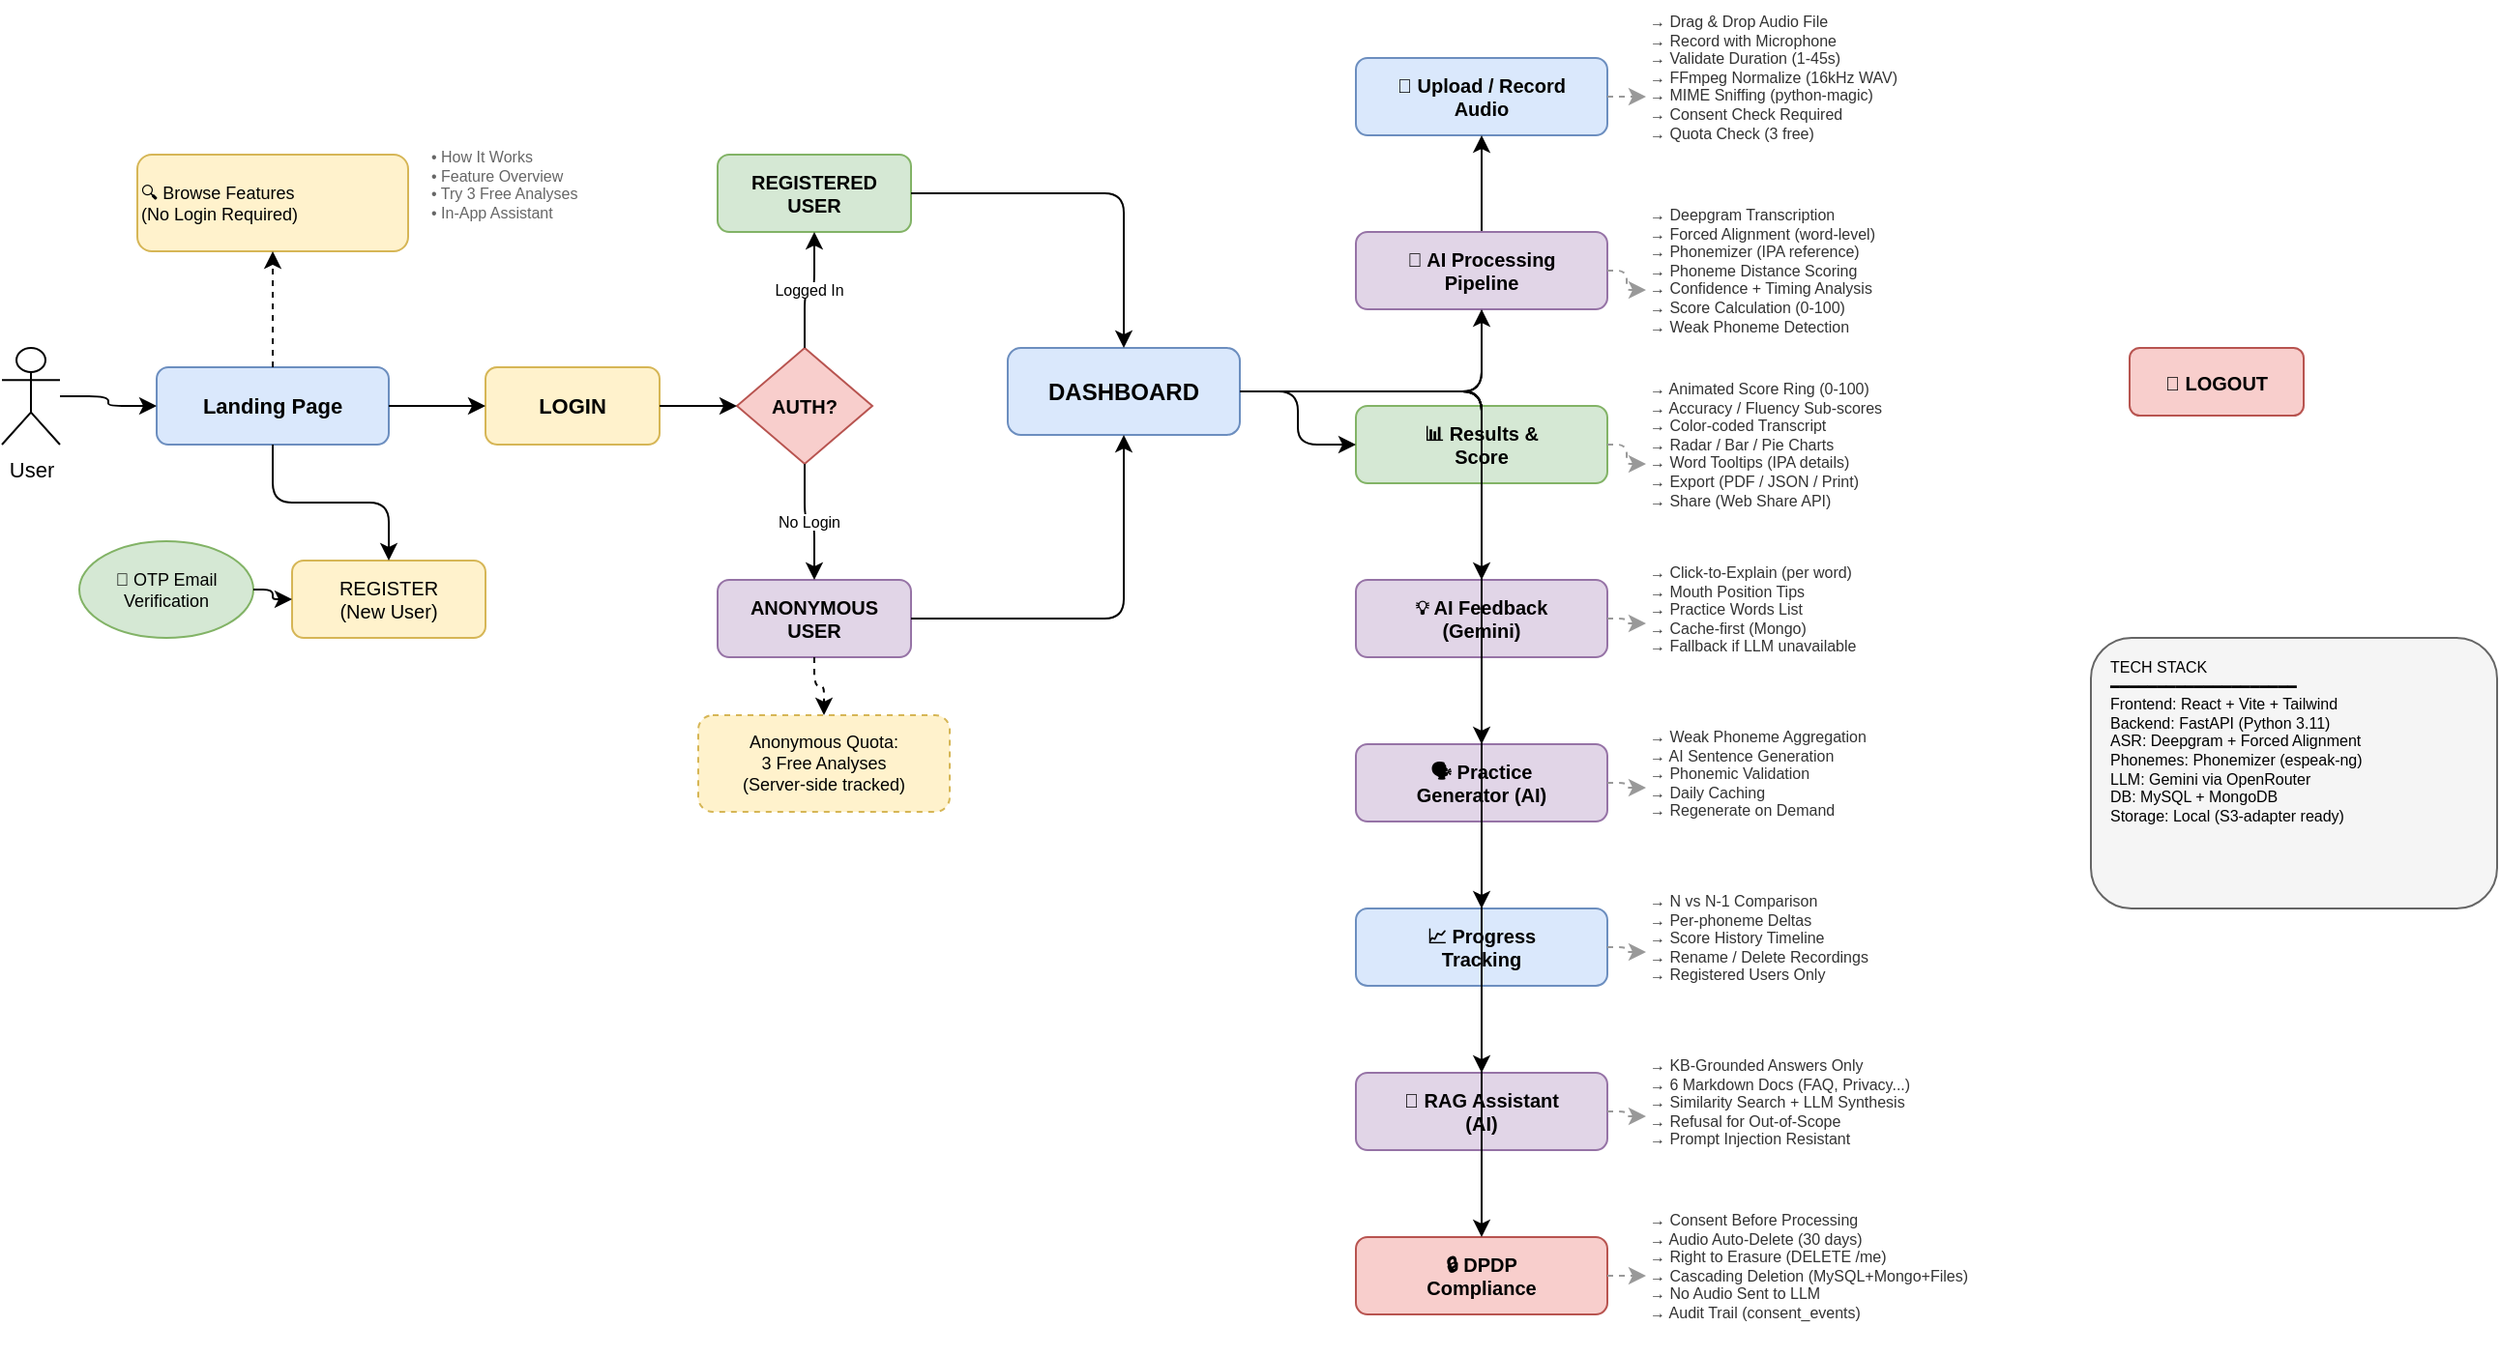
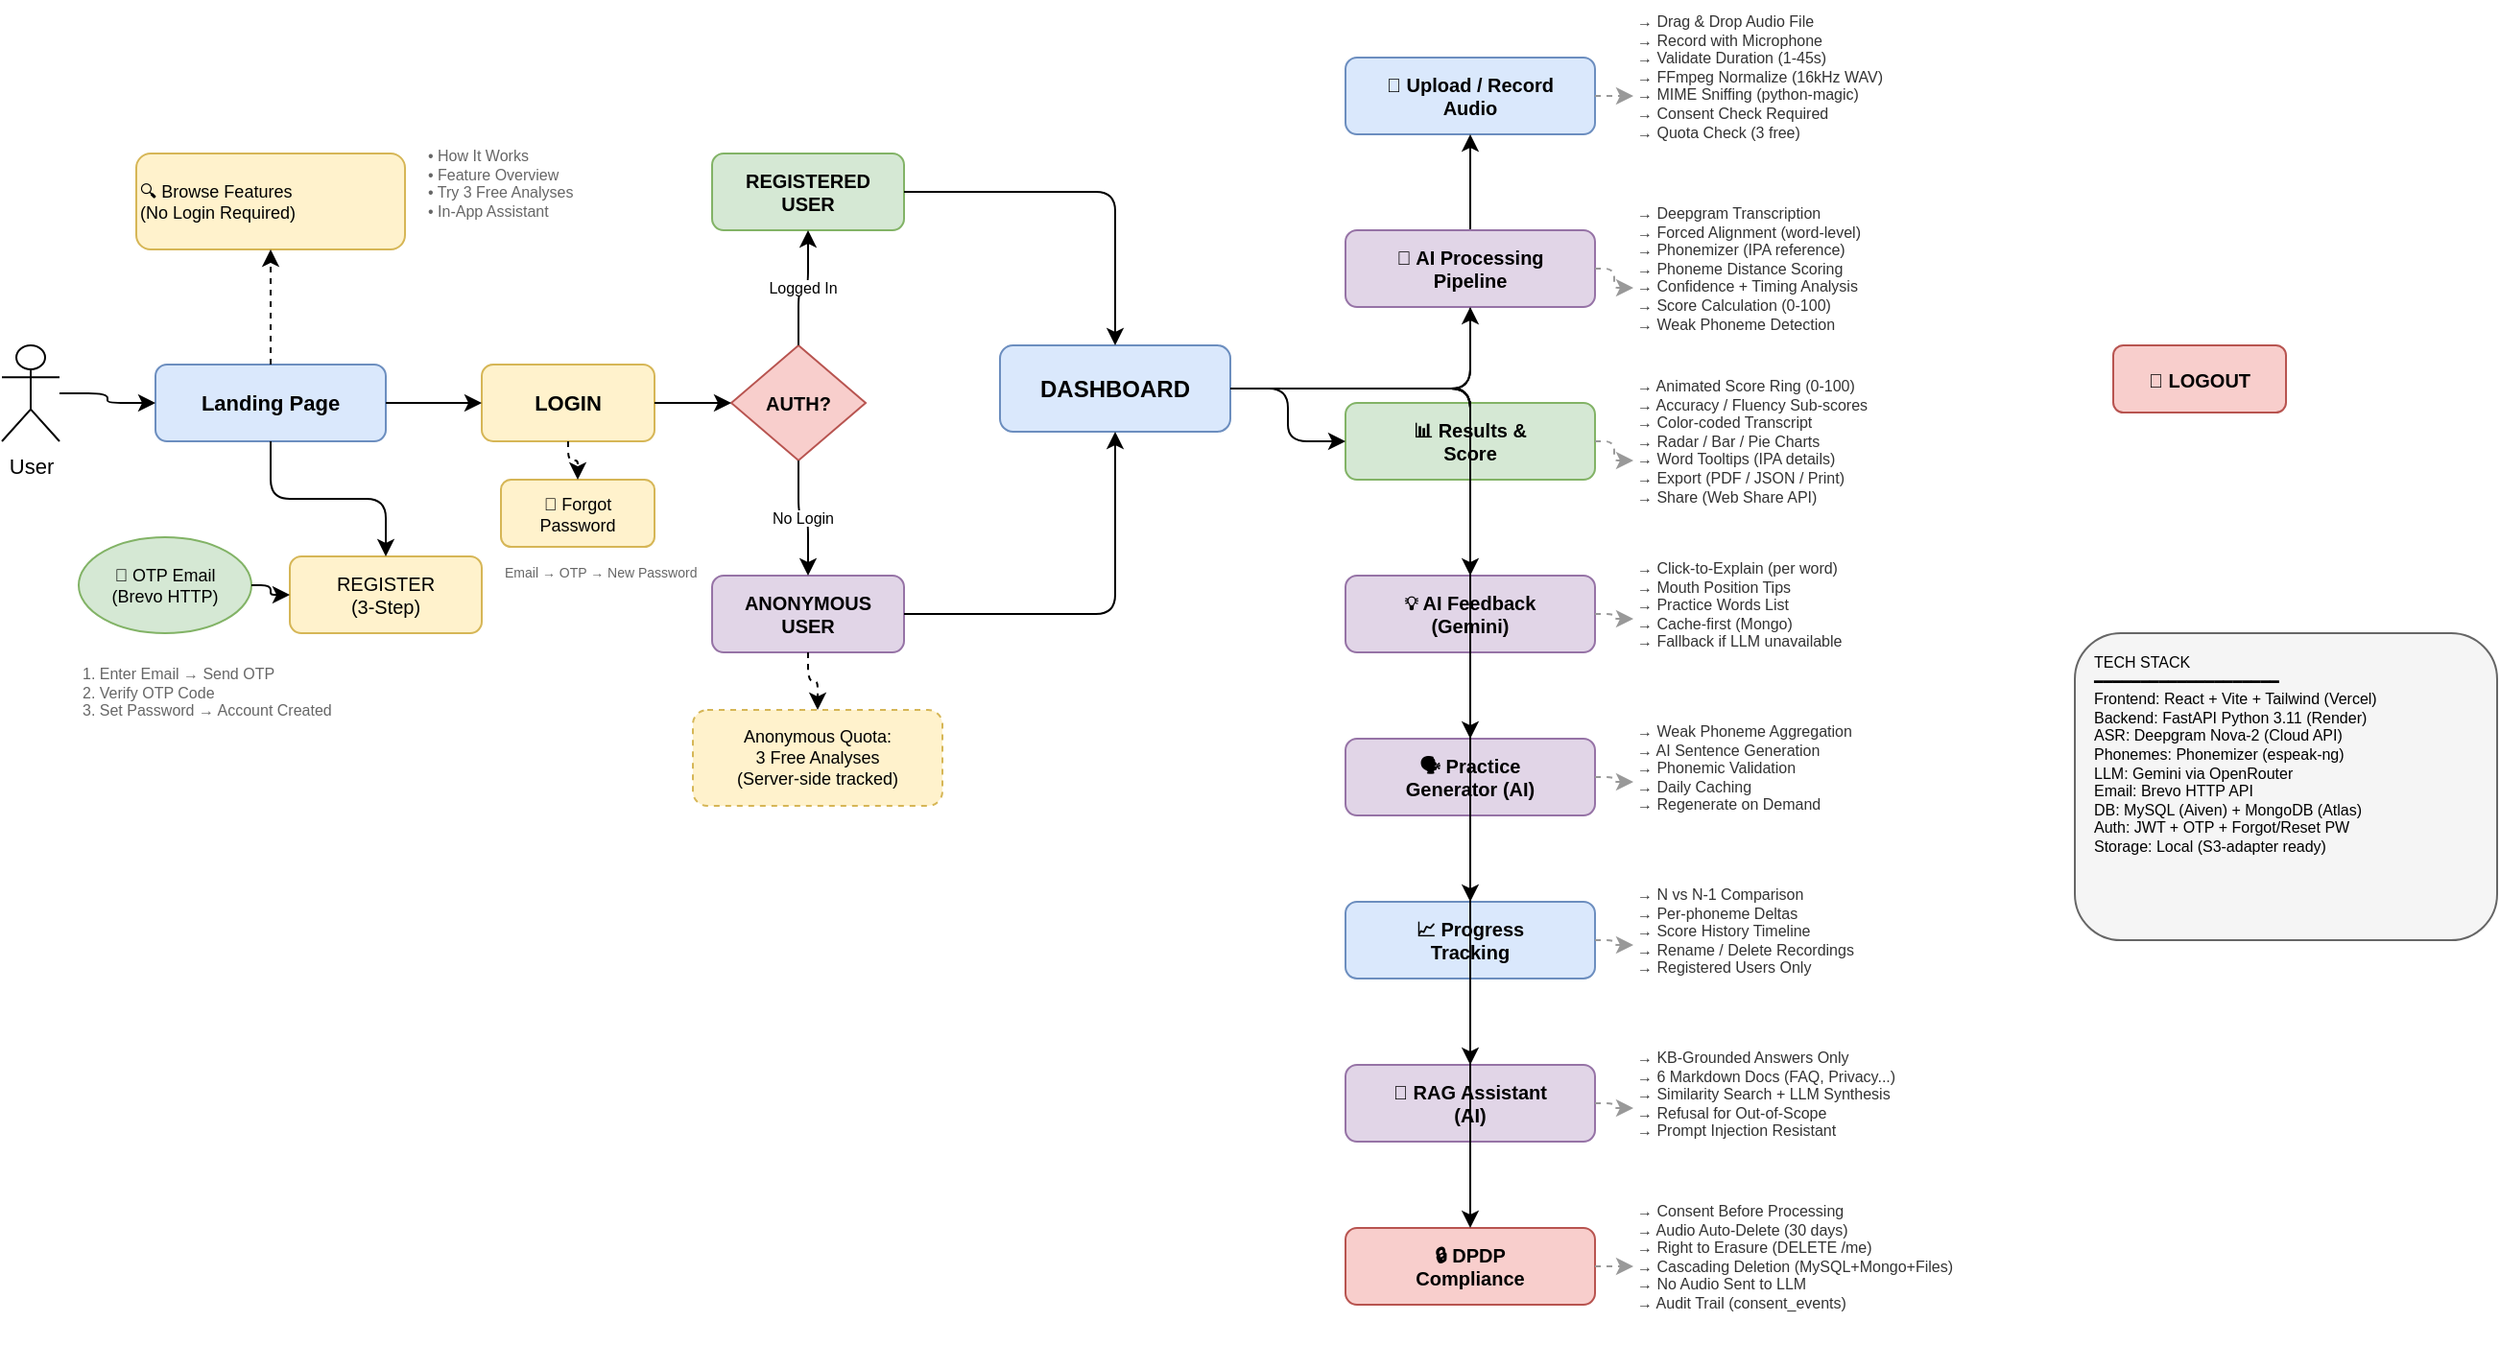
<mxfile host="app.diagrams.net">
  <diagram name="Application Flow" id="accentiq-flow">
    <mxGraphModel dx="1600" dy="900" grid="1" gridSize="10" guides="1" tooltips="1" connect="1" arrows="1" fold="1" page="1" pageScale="1" pageWidth="1600" pageHeight="900" math="0" shadow="0">
      <root>
        <mxCell id="0" />
        <mxCell id="1" parent="0" />

        <!-- User Actor -->
        <mxCell id="user" value="User" style="shape=umlActor;verticalLabelPosition=bottom;verticalAlign=top;html=1;outlineConnect=0;fontSize=11;" vertex="1" parent="1">
          <mxGeometry x="20" y="350" width="30" height="50" as="geometry" />
        </mxCell>

        <!-- Landing Page -->
        <mxCell id="landing" value="Landing Page" style="rounded=1;whiteSpace=wrap;html=1;fillColor=#dae8fc;strokeColor=#6c8ebf;fontStyle=1;fontSize=11;" vertex="1" parent="1">
          <mxGeometry x="100" y="360" width="120" height="40" as="geometry" />
        </mxCell>
        <mxCell id="e1" style="edgeStyle=orthogonalEdgeStyle;" edge="1" source="user" target="landing" parent="1"><mxGeometry relative="1" as="geometry" /></mxCell>

        <!-- Browse Features (No Login) -->
        <mxCell id="browse" value="🔍 Browse Features&#xa;(No Login Required)" style="rounded=1;whiteSpace=wrap;html=1;fillColor=#fff2cc;strokeColor=#d6b656;fontSize=9;align=left;" vertex="1" parent="1">
          <mxGeometry x="90" y="250" width="140" height="50" as="geometry" />
        </mxCell>
        <mxCell id="browse_items" value="• How It Works&#xa;• Feature Overview&#xa;• Try 3 Free Analyses&#xa;• In-App Assistant" style="text;html=1;align=left;verticalAlign=top;fontSize=8;fontColor=#666666;" vertex="1" parent="1">
          <mxGeometry x="240" y="240" width="140" height="60" as="geometry" />
        </mxCell>
        <mxCell id="e_browse" style="edgeStyle=orthogonalEdgeStyle;dashed=1;" edge="1" source="landing" target="browse" parent="1"><mxGeometry relative="1" as="geometry" /></mxCell>

        <!-- Login -->
        <mxCell id="login" value="LOGIN" style="rounded=1;whiteSpace=wrap;html=1;fillColor=#fff2cc;strokeColor=#d6b656;fontStyle=1;fontSize=11;" vertex="1" parent="1">
          <mxGeometry x="270" y="360" width="90" height="40" as="geometry" />
        </mxCell>
        <mxCell id="e2" style="edgeStyle=orthogonalEdgeStyle;" edge="1" source="landing" target="login" parent="1"><mxGeometry relative="1" as="geometry" /></mxCell>

        <!-- Register -->
-         <mxCell id="register" value="REGISTER&#xa;(New User)" style="rounded=1;whiteSpace=wrap;html=1;fillColor=#fff2cc;strokeColor=#d6b656;fontSize=10;" vertex="1" parent="1">
+         <mxCell id="register" value="REGISTER&#xa;(3-Step)" style="rounded=1;whiteSpace=wrap;html=1;fillColor=#fff2cc;strokeColor=#d6b656;fontSize=10;" vertex="1" parent="1">
          <mxGeometry x="170" y="460" width="100" height="40" as="geometry" />
        </mxCell>
-         <mxCell id="otp" value="📧 OTP Email&#xa;Verification" style="ellipse;whiteSpace=wrap;html=1;fillColor=#d5e8d4;strokeColor=#82b366;fontSize=9;" vertex="1" parent="1">
+         <mxCell id="otp" value="📧 OTP Email&#xa;(Brevo HTTP)" style="ellipse;whiteSpace=wrap;html=1;fillColor=#d5e8d4;strokeColor=#82b366;fontSize=9;" vertex="1" parent="1">
          <mxGeometry x="60" y="450" width="90" height="50" as="geometry" />
        </mxCell>
        <mxCell id="e_reg" style="edgeStyle=orthogonalEdgeStyle;" edge="1" source="landing" target="register" parent="1"><mxGeometry relative="1" as="geometry" /></mxCell>
        <mxCell id="e_otp" style="edgeStyle=orthogonalEdgeStyle;" edge="1" source="otp" target="register" parent="1"><mxGeometry relative="1" as="geometry" /></mxCell>
+ 
+         <!-- Register Steps Detail -->
+         <mxCell id="reg_steps" value="1. Enter Email → Send OTP&#xa;2. Verify OTP Code&#xa;3. Set Password → Account Created" style="text;html=1;align=left;verticalAlign=top;fontSize=8;fontColor=#666666;" vertex="1" parent="1">
+           <mxGeometry x="60" y="510" width="180" height="45" as="geometry" />
+         </mxCell>
+ 
+         <!-- Forgot Password -->
+         <mxCell id="forgot_pw" value="🔑 Forgot&#xa;Password" style="rounded=1;whiteSpace=wrap;html=1;fillColor=#fff2cc;strokeColor=#d6b656;fontSize=9;" vertex="1" parent="1">
+           <mxGeometry x="280" y="420" width="80" height="35" as="geometry" />
+         </mxCell>
+         <mxCell id="e_forgot" style="edgeStyle=orthogonalEdgeStyle;dashed=1;" edge="1" source="login" target="forgot_pw" parent="1"><mxGeometry relative="1" as="geometry" /></mxCell>
+         <mxCell id="forgot_steps" value="Email → OTP → New Password" style="text;html=1;align=left;fontSize=7;fontColor=#666666;" vertex="1" parent="1">
+           <mxGeometry x="280" y="458" width="130" height="15" as="geometry" />
+         </mxCell>

        <!-- Auth Check -->
        <mxCell id="auth_check" value="AUTH?" style="rhombus;whiteSpace=wrap;html=1;fillColor=#f8cecc;strokeColor=#b85450;fontStyle=1;fontSize=10;" vertex="1" parent="1">
          <mxGeometry x="400" y="350" width="70" height="60" as="geometry" />
        </mxCell>
        <mxCell id="e3" style="edgeStyle=orthogonalEdgeStyle;" edge="1" source="login" target="auth_check" parent="1"><mxGeometry relative="1" as="geometry" /></mxCell>

        <!-- Anonymous User -->
        <mxCell id="anon" value="ANONYMOUS&#xa;USER" style="rounded=1;whiteSpace=wrap;html=1;fillColor=#e1d5e7;strokeColor=#9673a6;fontStyle=1;fontSize=10;" vertex="1" parent="1">
          <mxGeometry x="390" y="470" width="100" height="40" as="geometry" />
        </mxCell>
        <mxCell id="e_anon" value="No Login" style="edgeStyle=orthogonalEdgeStyle;fontSize=8;" edge="1" source="auth_check" target="anon" parent="1"><mxGeometry relative="1" as="geometry" /></mxCell>

        <!-- Registered User -->
        <mxCell id="registered" value="REGISTERED&#xa;USER" style="rounded=1;whiteSpace=wrap;html=1;fillColor=#d5e8d4;strokeColor=#82b366;fontStyle=1;fontSize=10;" vertex="1" parent="1">
          <mxGeometry x="390" y="250" width="100" height="40" as="geometry" />
        </mxCell>
        <mxCell id="e_reg2" value="Logged In" style="edgeStyle=orthogonalEdgeStyle;fontSize=8;" edge="1" source="auth_check" target="registered" parent="1"><mxGeometry relative="1" as="geometry" /></mxCell>

        <!-- Dashboard -->
        <mxCell id="dashboard" value="DASHBOARD" style="rounded=1;whiteSpace=wrap;html=1;fillColor=#dae8fc;strokeColor=#6c8ebf;fontStyle=1;fontSize=12;" vertex="1" parent="1">
          <mxGeometry x="540" y="350" width="120" height="45" as="geometry" />
        </mxCell>
        <mxCell id="e_dash1" style="edgeStyle=orthogonalEdgeStyle;" edge="1" source="registered" target="dashboard" parent="1"><mxGeometry relative="1" as="geometry" /></mxCell>
        <mxCell id="e_dash2" style="edgeStyle=orthogonalEdgeStyle;" edge="1" source="anon" target="dashboard" parent="1"><mxGeometry relative="1" as="geometry" /></mxCell>

        <!-- === DASHBOARD FEATURES === -->

        <!-- Upload/Record -->
        <mxCell id="upload" value="🎤 Upload / Record&#xa;Audio" style="rounded=1;whiteSpace=wrap;html=1;fillColor=#dae8fc;strokeColor=#6c8ebf;fontStyle=1;fontSize=10;" vertex="1" parent="1">
          <mxGeometry x="720" y="200" width="130" height="40" as="geometry" />
        </mxCell>
        <mxCell id="e_upload" style="edgeStyle=orthogonalEdgeStyle;" edge="1" source="dashboard" target="upload" parent="1"><mxGeometry relative="1" as="geometry" /></mxCell>

        <!-- Upload sub-items -->
        <mxCell id="upload_items" value="→ Drag &amp; Drop Audio File&#xa;→ Record with Microphone&#xa;→ Validate Duration (1-45s)&#xa;→ FFmpeg Normalize (16kHz WAV)&#xa;→ MIME Sniffing (python-magic)&#xa;→ Consent Check Required&#xa;→ Quota Check (3 free)" style="text;html=1;align=left;verticalAlign=top;fontSize=8;fontColor=#333333;" vertex="1" parent="1">
          <mxGeometry x="870" y="170" width="180" height="100" as="geometry" />
        </mxCell>
        <mxCell id="e_up_items" style="edgeStyle=orthogonalEdgeStyle;dashed=1;strokeColor=#999999;" edge="1" source="upload" target="upload_items" parent="1"><mxGeometry relative="1" as="geometry" /></mxCell>

        <!-- Processing Pipeline -->
        <mxCell id="processing" value="🧠 AI Processing&#xa;Pipeline" style="rounded=1;whiteSpace=wrap;html=1;fillColor=#e1d5e7;strokeColor=#9673a6;fontStyle=1;fontSize=10;" vertex="1" parent="1">
          <mxGeometry x="720" y="290" width="130" height="40" as="geometry" />
        </mxCell>
        <mxCell id="e_proc" style="edgeStyle=orthogonalEdgeStyle;" edge="1" source="dashboard" target="processing" parent="1"><mxGeometry relative="1" as="geometry" /></mxCell>

        <!-- Processing sub-items -->
        <mxCell id="proc_items" value="→ Deepgram Transcription&#xa;→ Forced Alignment (word-level)&#xa;→ Phonemizer (IPA reference)&#xa;→ Phoneme Distance Scoring&#xa;→ Confidence + Timing Analysis&#xa;→ Score Calculation (0-100)&#xa;→ Weak Phoneme Detection" style="text;html=1;align=left;verticalAlign=top;fontSize=8;fontColor=#333333;" vertex="1" parent="1">
          <mxGeometry x="870" y="270" width="190" height="100" as="geometry" />
        </mxCell>
        <mxCell id="e_proc_items" style="edgeStyle=orthogonalEdgeStyle;dashed=1;strokeColor=#999999;" edge="1" source="processing" target="proc_items" parent="1"><mxGeometry relative="1" as="geometry" /></mxCell>

        <!-- Results -->
        <mxCell id="results" value="📊 Results &amp;&#xa;Score" style="rounded=1;whiteSpace=wrap;html=1;fillColor=#d5e8d4;strokeColor=#82b366;fontStyle=1;fontSize=10;" vertex="1" parent="1">
          <mxGeometry x="720" y="380" width="130" height="40" as="geometry" />
        </mxCell>
        <mxCell id="e_results" style="edgeStyle=orthogonalEdgeStyle;" edge="1" source="dashboard" target="results" parent="1"><mxGeometry relative="1" as="geometry" /></mxCell>

        <!-- Results sub-items -->
        <mxCell id="results_items" value="→ Animated Score Ring (0-100)&#xa;→ Accuracy / Fluency Sub-scores&#xa;→ Color-coded Transcript&#xa;→ Radar / Bar / Pie Charts&#xa;→ Word Tooltips (IPA details)&#xa;→ Export (PDF / JSON / Print)&#xa;→ Share (Web Share API)" style="text;html=1;align=left;verticalAlign=top;fontSize=8;fontColor=#333333;" vertex="1" parent="1">
          <mxGeometry x="870" y="360" width="190" height="100" as="geometry" />
        </mxCell>
        <mxCell id="e_res_items" style="edgeStyle=orthogonalEdgeStyle;dashed=1;strokeColor=#999999;" edge="1" source="results" target="results_items" parent="1"><mxGeometry relative="1" as="geometry" /></mxCell>

        <!-- AI Feedback -->
        <mxCell id="feedback" value="💡 AI Feedback&#xa;(Gemini)" style="rounded=1;whiteSpace=wrap;html=1;fillColor=#e1d5e7;strokeColor=#9673a6;fontStyle=1;fontSize=10;" vertex="1" parent="1">
          <mxGeometry x="720" y="470" width="130" height="40" as="geometry" />
        </mxCell>
        <mxCell id="e_feedback" style="edgeStyle=orthogonalEdgeStyle;" edge="1" source="dashboard" target="feedback" parent="1"><mxGeometry relative="1" as="geometry" /></mxCell>

        <!-- Feedback sub-items -->
        <mxCell id="fb_items" value="→ Click-to-Explain (per word)&#xa;→ Mouth Position Tips&#xa;→ Practice Words List&#xa;→ Cache-first (Mongo)&#xa;→ Fallback if LLM unavailable" style="text;html=1;align=left;verticalAlign=top;fontSize=8;fontColor=#333333;" vertex="1" parent="1">
          <mxGeometry x="870" y="455" width="180" height="75" as="geometry" />
        </mxCell>
        <mxCell id="e_fb_items" style="edgeStyle=orthogonalEdgeStyle;dashed=1;strokeColor=#999999;" edge="1" source="feedback" target="fb_items" parent="1"><mxGeometry relative="1" as="geometry" /></mxCell>

        <!-- Practice Generator -->
        <mxCell id="practice" value="🗣️ Practice&#xa;Generator (AI)" style="rounded=1;whiteSpace=wrap;html=1;fillColor=#e1d5e7;strokeColor=#9673a6;fontStyle=1;fontSize=10;" vertex="1" parent="1">
          <mxGeometry x="720" y="555" width="130" height="40" as="geometry" />
        </mxCell>
        <mxCell id="e_practice" style="edgeStyle=orthogonalEdgeStyle;" edge="1" source="dashboard" target="practice" parent="1"><mxGeometry relative="1" as="geometry" /></mxCell>

        <!-- Practice sub-items -->
        <mxCell id="prac_items" value="→ Weak Phoneme Aggregation&#xa;→ AI Sentence Generation&#xa;→ Phonemic Validation&#xa;→ Daily Caching&#xa;→ Regenerate on Demand" style="text;html=1;align=left;verticalAlign=top;fontSize=8;fontColor=#333333;" vertex="1" parent="1">
          <mxGeometry x="870" y="540" width="170" height="75" as="geometry" />
        </mxCell>
        <mxCell id="e_prac_items" style="edgeStyle=orthogonalEdgeStyle;dashed=1;strokeColor=#999999;" edge="1" source="practice" target="prac_items" parent="1"><mxGeometry relative="1" as="geometry" /></mxCell>

        <!-- Progress Tracking -->
        <mxCell id="progress" value="📈 Progress&#xa;Tracking" style="rounded=1;whiteSpace=wrap;html=1;fillColor=#dae8fc;strokeColor=#6c8ebf;fontStyle=1;fontSize=10;" vertex="1" parent="1">
          <mxGeometry x="720" y="640" width="130" height="40" as="geometry" />
        </mxCell>
        <mxCell id="e_progress" style="edgeStyle=orthogonalEdgeStyle;" edge="1" source="dashboard" target="progress" parent="1"><mxGeometry relative="1" as="geometry" /></mxCell>

        <!-- Progress sub-items -->
        <mxCell id="prog_items" value="→ N vs N-1 Comparison&#xa;→ Per-phoneme Deltas&#xa;→ Score History Timeline&#xa;→ Rename / Delete Recordings&#xa;→ Registered Users Only" style="text;html=1;align=left;verticalAlign=top;fontSize=8;fontColor=#333333;" vertex="1" parent="1">
          <mxGeometry x="870" y="625" width="170" height="75" as="geometry" />
        </mxCell>
        <mxCell id="e_prog_items" style="edgeStyle=orthogonalEdgeStyle;dashed=1;strokeColor=#999999;" edge="1" source="progress" target="prog_items" parent="1"><mxGeometry relative="1" as="geometry" /></mxCell>

        <!-- RAG Assistant -->
        <mxCell id="assistant" value="🤖 RAG Assistant&#xa;(AI)" style="rounded=1;whiteSpace=wrap;html=1;fillColor=#e1d5e7;strokeColor=#9673a6;fontStyle=1;fontSize=10;" vertex="1" parent="1">
          <mxGeometry x="720" y="725" width="130" height="40" as="geometry" />
        </mxCell>
        <mxCell id="e_assistant" style="edgeStyle=orthogonalEdgeStyle;" edge="1" source="dashboard" target="assistant" parent="1"><mxGeometry relative="1" as="geometry" /></mxCell>

        <!-- Assistant sub-items -->
        <mxCell id="asst_items" value="→ KB-Grounded Answers Only&#xa;→ 6 Markdown Docs (FAQ, Privacy...)&#xa;→ Similarity Search + LLM Synthesis&#xa;→ Refusal for Out-of-Scope&#xa;→ Prompt Injection Resistant" style="text;html=1;align=left;verticalAlign=top;fontSize=8;fontColor=#333333;" vertex="1" parent="1">
          <mxGeometry x="870" y="710" width="200" height="75" as="geometry" />
        </mxCell>
        <mxCell id="e_asst_items" style="edgeStyle=orthogonalEdgeStyle;dashed=1;strokeColor=#999999;" edge="1" source="assistant" target="asst_items" parent="1"><mxGeometry relative="1" as="geometry" /></mxCell>

        <!-- DPDP / Privacy -->
        <mxCell id="privacy" value="🔒 DPDP&#xa;Compliance" style="rounded=1;whiteSpace=wrap;html=1;fillColor=#f8cecc;strokeColor=#b85450;fontStyle=1;fontSize=10;" vertex="1" parent="1">
          <mxGeometry x="720" y="810" width="130" height="40" as="geometry" />
        </mxCell>
        <mxCell id="e_privacy" style="edgeStyle=orthogonalEdgeStyle;" edge="1" source="dashboard" target="privacy" parent="1"><mxGeometry relative="1" as="geometry" /></mxCell>

        <!-- Privacy sub-items -->
        <mxCell id="priv_items" value="→ Consent Before Processing&#xa;→ Audio Auto-Delete (30 days)&#xa;→ Right to Erasure (DELETE /me)&#xa;→ Cascading Deletion (MySQL+Mongo+Files)&#xa;→ No Audio Sent to LLM&#xa;→ Audit Trail (consent_events)" style="text;html=1;align=left;verticalAlign=top;fontSize=8;fontColor=#333333;" vertex="1" parent="1">
          <mxGeometry x="870" y="790" width="210" height="80" as="geometry" />
        </mxCell>
        <mxCell id="e_priv_items" style="edgeStyle=orthogonalEdgeStyle;dashed=1;strokeColor=#999999;" edge="1" source="privacy" target="priv_items" parent="1"><mxGeometry relative="1" as="geometry" /></mxCell>

        <!-- Logout -->
        <mxCell id="logout" value="🚪 LOGOUT" style="rounded=1;whiteSpace=wrap;html=1;fillColor=#f8cecc;strokeColor=#b85450;fontStyle=1;fontSize=10;" vertex="1" parent="1">
          <mxGeometry x="1120" y="350" width="90" height="35" as="geometry" />
        </mxCell>

        <!-- Anon Quota Box -->
        <mxCell id="quota" value="Anonymous Quota:&#xa;3 Free Analyses&#xa;(Server-side tracked)" style="rounded=1;whiteSpace=wrap;html=1;fillColor=#fff2cc;strokeColor=#d6b656;fontSize=9;dashed=1;" vertex="1" parent="1">
          <mxGeometry x="380" y="540" width="130" height="50" as="geometry" />
        </mxCell>
        <mxCell id="e_quota" style="edgeStyle=orthogonalEdgeStyle;dashed=1;" edge="1" source="anon" target="quota" parent="1"><mxGeometry relative="1" as="geometry" /></mxCell>

        <!-- Tech Stack Box -->
-         <mxCell id="tech" value="TECH STACK&#xa;━━━━━━━━━━━━━━━━━━━━&#xa;Frontend: React + Vite + Tailwind&#xa;Backend: FastAPI (Python 3.11)&#xa;ASR: Deepgram + Forced Alignment&#xa;Phonemes: Phonemizer (espeak-ng)&#xa;LLM: Gemini via OpenRouter&#xa;DB: MySQL + MongoDB&#xa;Storage: Local (S3-adapter ready)" style="rounded=1;whiteSpace=wrap;html=1;fillColor=#f5f5f5;strokeColor=#666666;fontSize=8;align=left;verticalAlign=top;spacingLeft=8;spacingTop=4;" vertex="1" parent="1">
-           <mxGeometry x="1100" y="500" width="210" height="140" as="geometry" />
+         <mxCell id="tech" value="TECH STACK&#xa;━━━━━━━━━━━━━━━━━━━━&#xa;Frontend: React + Vite + Tailwind (Vercel)&#xa;Backend: FastAPI Python 3.11 (Render)&#xa;ASR: Deepgram Nova-2 (Cloud API)&#xa;Phonemes: Phonemizer (espeak-ng)&#xa;LLM: Gemini via OpenRouter&#xa;Email: Brevo HTTP API&#xa;DB: MySQL (Aiven) + MongoDB (Atlas)&#xa;Auth: JWT + OTP + Forgot/Reset PW&#xa;Storage: Local (S3-adapter ready)" style="rounded=1;whiteSpace=wrap;html=1;fillColor=#f5f5f5;strokeColor=#666666;fontSize=8;align=left;verticalAlign=top;spacingLeft=8;spacingTop=4;" vertex="1" parent="1">
+           <mxGeometry x="1100" y="500" width="220" height="160" as="geometry" />
        </mxCell>

      </root>
    </mxGraphModel>
  </diagram>
</mxfile>
